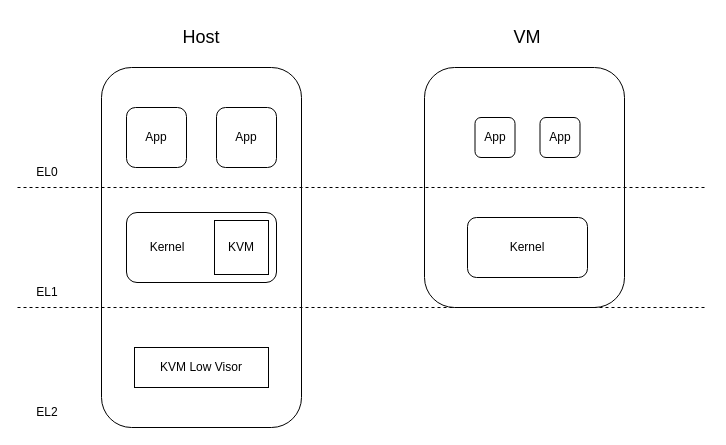
The draw.io diagram arm-kvm.drawio in EdisonE3/vue_learn, before the edit. Source tidied: cells renumbered, new cells numbered last; positions are measured from the earlier drawing's top-left corner, leaving out a move shared by most shapes. Both pictures are drawn from the tidied source at 100%, with x=0, y=0 at pixel (17, 17).
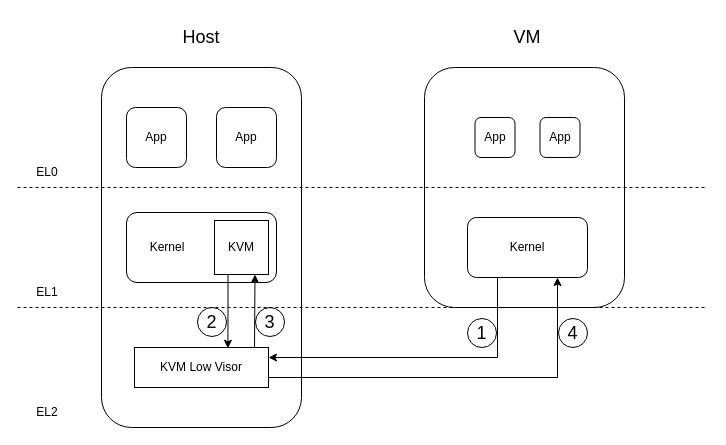
The same page after the edit.

Unchanged cells that the change refers to:
```xml
<mxCell id="9" value="KVM Low Visor" style="rounded=0;whiteSpace=wrap;html=1;fillColor=none;" parent="1" vertex="1">
  <mxGeometry x="117" y="330" width="134" height="40" as="geometry" />
</mxCell>
<mxCell id="10" value="Kernel" style="rounded=1;whiteSpace=wrap;html=1;fillColor=none;" parent="1" vertex="1">
  <mxGeometry x="450" y="200" width="120" height="60" as="geometry" />
</mxCell>
<mxCell id="12" value="KVM" style="whiteSpace=wrap;html=1;fillColor=none;" parent="1" vertex="1">
  <mxGeometry x="197" y="203" width="54" height="54" as="geometry" />
</mxCell>
```

Change to the diagram source:
```diff
@@
+    <mxCell id="20" style="edgeStyle=orthogonalEdgeStyle;rounded=0;jettySize=auto;html=1;exitX=1;exitY=0.75;exitDx=0;exitDy=0;entryX=0.75;entryY=1;entryDx=0;entryDy=0;fontSize=18;" parent="1" edge="1" source="9" target="10">
+      <mxGeometry relative="1" as="geometry" />
+    </mxCell>
@@
+    <mxCell id="21" style="edgeStyle=orthogonalEdgeStyle;rounded=0;jettySize=auto;html=1;exitX=0.25;exitY=1;exitDx=0;exitDy=0;entryX=1;entryY=0.25;entryDx=0;entryDy=0;fontSize=18;" parent="1" edge="1" source="10" target="9">
+      <mxGeometry relative="1" as="geometry" />
+    </mxCell>
@@
+    <mxCell id="22" style="edgeStyle=orthogonalEdgeStyle;rounded=0;jettySize=auto;html=1;exitX=0.25;exitY=1;exitDx=0;exitDy=0;entryX=0.697;entryY=0.02;entryDx=0;entryDy=0;entryPerimeter=0;fontSize=18;" parent="1" edge="1" source="12" target="9">
+      <mxGeometry relative="1" as="geometry" />
+    </mxCell>
+    <mxCell id="23" style="edgeStyle=orthogonalEdgeStyle;rounded=0;jettySize=auto;html=1;exitX=0.75;exitY=1;exitDx=0;exitDy=0;fontSize=18;startArrow=classic;startFill=1;endArrow=none;endFill=0;" parent="1" edge="1" source="12">
+      <mxGeometry relative="1" as="geometry">
+        <mxPoint x="237" y="330" as="targetPoint" />
+      </mxGeometry>
+    </mxCell>
@@
+    <mxCell id="24" value="1" style="ellipse;whiteSpace=wrap;html=1;fontSize=18;fillColor=none;" parent="1" vertex="1">
+      <mxGeometry x="450" y="301" width="29" height="29" as="geometry" />
+    </mxCell>
+    <mxCell id="25" value="4" style="ellipse;whiteSpace=wrap;html=1;fontSize=18;fillColor=none;" parent="1" vertex="1">
+      <mxGeometry x="541" y="301" width="29" height="29" as="geometry" />
+    </mxCell>
+    <mxCell id="26" value="3" style="ellipse;whiteSpace=wrap;html=1;fontSize=18;fillColor=none;" parent="1" vertex="1">
+      <mxGeometry x="238" y="290" width="29" height="29" as="geometry" />
+    </mxCell>
+    <mxCell id="27" value="2" style="ellipse;whiteSpace=wrap;html=1;fontSize=18;fillColor=none;" parent="1" vertex="1">
+      <mxGeometry x="180" y="290" width="29" height="29" as="geometry" />
+    </mxCell>
```
